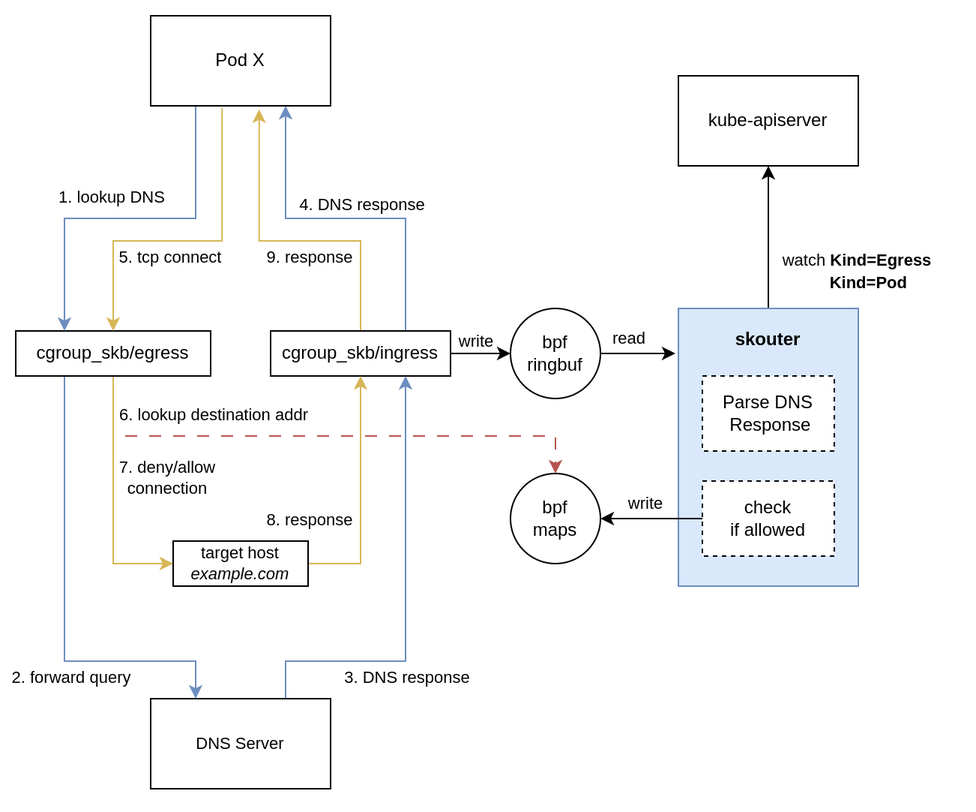
The draw.io diagram overview.png in moolen/skouter, before a commit. Source tidied: cells renumbered, new cells last; positions are measured from the earlier drawing's top-left corner, leaving out a move shared by most shapes.
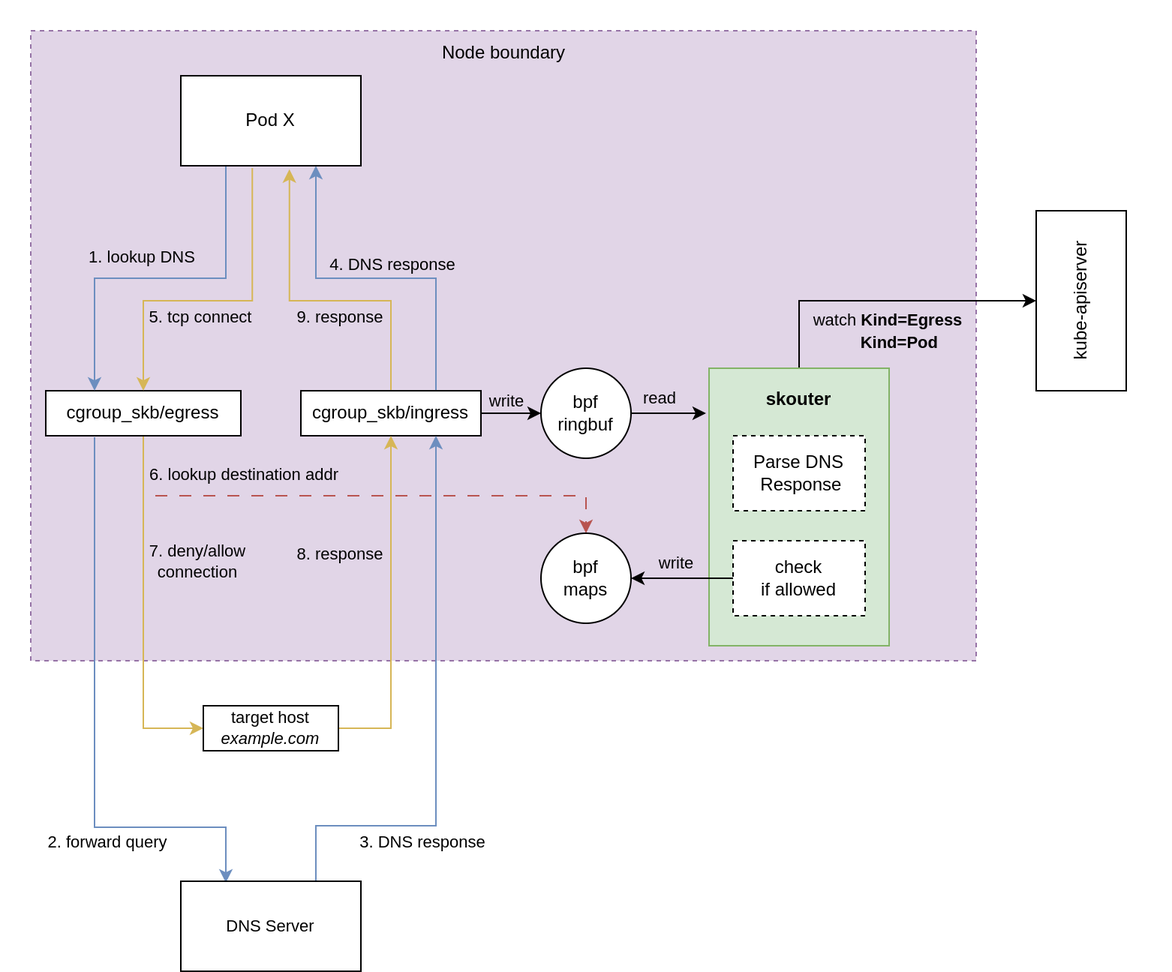
Above is the later version.

The edit, as a diff of the source:
```diff
@@ -3,154 +3,163 @@
     <mxCell id="0" />
     <mxCell id="1" parent="0" />
     <mxCell id="2" style="rounded=0;whiteSpace=wrap;html=1;dashed=1;fontSize=11;strokeColor=none;fillColor=#FFFFFF;" parent="1" vertex="1">
-      <mxGeometry width="650" height="540" as="geometry" />
+      <mxGeometry x="-20" y="-40" width="780" height="580" as="geometry" />
     </mxCell>
-    <mxCell id="3" style="edgeStyle=orthogonalEdgeStyle;rounded=0;jettySize=auto;html=1;exitX=1;exitY=0.5;exitDx=0;exitDy=0;entryX=0;entryY=0.5;entryDx=0;entryDy=0;" parent="1" edge="1" source="15" target="24">
-      <mxGeometry relative="1" as="geometry" />
+    <mxCell id="3" style="rounded=0;whiteSpace=wrap;html=1;fillColor=#e1d5e7;dashed=1;strokeColor=#9673a6;" parent="1" vertex="1">
+      <mxGeometry y="-20" width="630" height="420" as="geometry" />
     </mxCell>
-    <mxCell id="4" value="write" style="edgeLabel;html=1;align=center;verticalAlign=middle;" parent="3" vertex="1">
-      <mxGeometry x="0.2" relative="1" as="geometry">
-        <mxPoint x="-8" y="-9" as="offset" />
-      </mxGeometry>
+    <mxCell id="4" style="edgeStyle=orthogonalEdgeStyle;rounded=0;jettySize=auto;html=1;exitX=1;exitY=0.5;exitDx=0;exitDy=0;entryX=0;entryY=0.5;entryDx=0;entryDy=0;" parent="1" edge="1" source="16" target="25">
+      <mxGeometry relative="1" as="geometry" />
     </mxCell>
-    <mxCell id="5" value="2. forward query" style="edgeStyle=orthogonalEdgeStyle;rounded=0;jettySize=auto;html=1;exitX=0.25;exitY=1;exitDx=0;exitDy=0;entryX=0.25;entryY=0;entryDx=0;entryDy=0;labelBackgroundColor=none;fontSize=11;fillColor=#dae8fc;strokeColor=#6c8ebf;" parent="1" edge="1" source="10" target="29">
-      <mxGeometry x="0.28" y="-11" relative="1" as="geometry">
-        <Array as="points">
-          <mxPoint x="43" y="440" />
-          <mxPoint x="130" y="440" />
-        </Array>
+    <mxCell id="5" value="write" style="edgeLabel;html=1;align=center;verticalAlign=middle;labelBackgroundColor=none;" parent="4" vertex="1">
+      <mxGeometry x="0.2" relative="1" as="geometry">
+        <mxPoint x="-8" y="-9" as="offset" />
       </mxGeometry>
     </mxCell>
-    <mxCell id="6" style="edgeStyle=orthogonalEdgeStyle;rounded=0;jettySize=auto;html=1;exitX=0.5;exitY=1;exitDx=0;exitDy=0;labelBackgroundColor=none;fontSize=11;entryX=0.5;entryY=0;entryDx=0;entryDy=0;dashed=1;dashPattern=8 8;fillColor=#f8cecc;strokeColor=#b85450;" parent="1" edge="1" source="10" target="26">
-      <mxGeometry relative="1" as="geometry">
+    <mxCell id="6" value="2. forward query" style="edgeStyle=orthogonalEdgeStyle;rounded=0;orthogonalLoop=1;jettySize=auto;html=1;exitX=0.25;exitY=1;exitDx=0;exitDy=0;entryX=0.25;entryY=0;entryDx=0;entryDy=0;labelBackgroundColor=none;fontSize=11;fillColor=#dae8fc;strokeColor=#6c8ebf;" parent="1" edge="1">
+      <mxGeometry x="0.39" y="-10" relative="1" as="geometry">
+        <mxPoint x="42.5" y="251" as="sourcePoint" />
+        <mxPoint x="130" y="548" as="targetPoint" />
         <Array as="points">
-          <mxPoint x="75" y="290" />
-          <mxPoint x="370" y="290" />
+          <mxPoint x="43" y="511" />
+          <mxPoint x="130" y="511" />
         </Array>
+        <mxPoint x="1" as="offset" />
       </mxGeometry>
     </mxCell>
-    <mxCell id="7" value="6. lookup destination addr" style="edgeLabel;html=1;align=center;verticalAlign=middle;fontSize=11;" parent="6" vertex="1">
-      <mxGeometry x="-0.53" y="2" relative="1" as="geometry">
-        <mxPoint x="22" y="-13" as="offset" />
+    <mxCell id="7" style="edgeStyle=orthogonalEdgeStyle;rounded=0;jettySize=auto;html=1;exitX=0.5;exitY=1;exitDx=0;exitDy=0;labelBackgroundColor=none;fontSize=11;entryX=0.5;entryY=0;entryDx=0;entryDy=0;dashed=1;dashPattern=8 8;fillColor=#f8cecc;strokeColor=#b85450;" parent="1" edge="1" source="11" target="27">
+      <mxGeometry relative="1" as="geometry">
+        <Array as="points">
+          <mxPoint x="75" y="290" />
+          <mxPoint x="370" y="290" />
+        </Array>
       </mxGeometry>
     </mxCell>
-    <mxCell id="8" style="edgeStyle=orthogonalEdgeStyle;rounded=0;jettySize=auto;html=1;exitX=0.5;exitY=1;exitDx=0;exitDy=0;entryX=0;entryY=0.5;entryDx=0;entryDy=0;labelBackgroundColor=none;fontSize=11;fillColor=#fff2cc;strokeColor=#d6b656;" parent="1" edge="1" source="10" target="32">
-      <mxGeometry relative="1" as="geometry" />
+    <mxCell id="8" value="6. lookup destination addr" style="edgeLabel;html=1;align=center;verticalAlign=middle;fontSize=11;labelBackgroundColor=none;" parent="7" vertex="1">
+      <mxGeometry x="-0.53" y="2" relative="1" as="geometry">
+        <mxPoint x="22" y="-13" as="offset" />
+      </mxGeometry>
     </mxCell>
-    <mxCell id="9" value="7. deny/allow&lt;br&gt;connection" style="edgeLabel;html=1;align=center;verticalAlign=middle;fontSize=11;" parent="8" vertex="1">
-      <mxGeometry x="-0.54" relative="1" as="geometry">
-        <mxPoint x="35" y="29" as="offset" />
-      </mxGeometry>
+    <mxCell id="9" style="edgeStyle=orthogonalEdgeStyle;rounded=0;jettySize=auto;html=1;exitX=0.5;exitY=1;exitDx=0;exitDy=0;entryX=0;entryY=0.5;entryDx=0;entryDy=0;labelBackgroundColor=none;fontSize=11;fillColor=#fff2cc;strokeColor=#d6b656;" parent="1" edge="1" source="11" target="33">
+      <mxGeometry relative="1" as="geometry" />
     </mxCell>
-    <mxCell id="10" value="cgroup_skb/egress" style="whiteSpace=wrap;html=1;" parent="1" vertex="1">
-      <mxGeometry x="10" y="220" width="130" height="30" as="geometry" />
+    <mxCell id="10" value="7. deny/allow&lt;br&gt;connection" style="edgeLabel;html=1;align=center;verticalAlign=middle;points=[];fontSize=11;labelBackgroundColor=none;" parent="9" vertex="1">
+      <mxGeometry x="-0.54" relative="1" as="geometry">
+        <mxPoint x="35" y="29" as="offset" />
+      </mxGeometry>
     </mxCell>
-    <mxCell id="11" style="edgeStyle=orthogonalEdgeStyle;rounded=0;jettySize=auto;html=1;exitX=0.75;exitY=0;exitDx=0;exitDy=0;entryX=0.75;entryY=1;entryDx=0;entryDy=0;labelBackgroundColor=none;fontSize=11;fillColor=#dae8fc;strokeColor=#6c8ebf;" parent="1" edge="1" source="15" target="20">
-      <mxGeometry relative="1" as="geometry" />
+    <mxCell id="11" value="cgroup_skb/egress" style="whiteSpace=wrap;html=1;" parent="1" vertex="1">
+      <mxGeometry x="10" y="220" width="130" height="30" as="geometry" />
     </mxCell>
-    <mxCell id="12" value="4. DNS response" style="edgeLabel;html=1;align=center;verticalAlign=middle;fontSize=11;" parent="11" vertex="1">
-      <mxGeometry x="0.44" relative="1" as="geometry">
-        <mxPoint x="50" as="offset" />
-      </mxGeometry>
+    <mxCell id="12" style="edgeStyle=orthogonalEdgeStyle;rounded=0;jettySize=auto;html=1;exitX=0.75;exitY=0;exitDx=0;exitDy=0;entryX=0.75;entryY=1;entryDx=0;entryDy=0;labelBackgroundColor=none;fontSize=11;fillColor=#dae8fc;strokeColor=#6c8ebf;" parent="1" edge="1" source="16" target="21">
+      <mxGeometry relative="1" as="geometry" />
     </mxCell>
-    <mxCell id="13" style="edgeStyle=orthogonalEdgeStyle;rounded=0;jettySize=auto;html=1;exitX=0.5;exitY=0;exitDx=0;exitDy=0;entryX=0.603;entryY=1.039;entryDx=0;entryDy=0;labelBackgroundColor=none;fontSize=11;entryPerimeter=0;fillColor=#fff2cc;strokeColor=#d6b656;" parent="1" edge="1" source="15" target="20">
-      <mxGeometry relative="1" as="geometry">
-        <Array as="points">
-          <mxPoint x="240" y="160" />
-          <mxPoint x="172" y="160" />
-        </Array>
+    <mxCell id="13" value="4. DNS response" style="edgeLabel;html=1;align=center;verticalAlign=middle;fontSize=11;labelBackgroundColor=none;" parent="12" vertex="1">
+      <mxGeometry x="0.44" relative="1" as="geometry">
+        <mxPoint x="50" as="offset" />
       </mxGeometry>
     </mxCell>
-    <mxCell id="14" value="9. response" style="edgeLabel;html=1;align=center;verticalAlign=middle;" parent="13" vertex="1">
-      <mxGeometry x="-0.61" y="2" relative="1" as="geometry">
-        <mxPoint x="-33" y="-8" as="offset" />
+    <mxCell id="14" style="edgeStyle=orthogonalEdgeStyle;rounded=0;jettySize=auto;html=1;exitX=0.5;exitY=0;exitDx=0;exitDy=0;entryX=0.603;entryY=1.039;entryDx=0;entryDy=0;labelBackgroundColor=none;fontSize=11;entryPerimeter=0;fillColor=#fff2cc;strokeColor=#d6b656;" parent="1" edge="1" source="16" target="21">
+      <mxGeometry relative="1" as="geometry">
+        <Array as="points">
+          <mxPoint x="240" y="160" />
+          <mxPoint x="172" y="160" />
+        </Array>
       </mxGeometry>
     </mxCell>
-    <mxCell id="15" value="cgroup_skb/ingress" style="whiteSpace=wrap;html=1;" parent="1" vertex="1">
-      <mxGeometry x="180" y="220" width="120" height="30" as="geometry" />
+    <mxCell id="15" value="9. response" style="edgeLabel;html=1;align=center;verticalAlign=middle;points=[];labelBackgroundColor=none;" parent="14" vertex="1">
+      <mxGeometry x="-0.61" y="2" relative="1" as="geometry">
+        <mxPoint x="-33" y="-8" as="offset" />
+      </mxGeometry>
     </mxCell>
-    <mxCell id="16" style="edgeStyle=orthogonalEdgeStyle;rounded=0;jettySize=auto;html=1;exitX=0.25;exitY=1;exitDx=0;exitDy=0;entryX=0.25;entryY=0;entryDx=0;entryDy=0;fillColor=#dae8fc;strokeColor=#6c8ebf;" parent="1" edge="1" source="20" target="10">
-      <mxGeometry relative="1" as="geometry" />
+    <mxCell id="16" value="cgroup_skb/ingress" style="whiteSpace=wrap;html=1;" parent="1" vertex="1">
+      <mxGeometry x="180" y="220" width="120" height="30" as="geometry" />
     </mxCell>
-    <mxCell id="17" value="1. lookup DNS" style="edgeLabel;html=1;align=center;verticalAlign=middle;" parent="16" vertex="1">
-      <mxGeometry x="-0.25" y="5" relative="1" as="geometry">
-        <mxPoint x="-43" y="-20" as="offset" />
-      </mxGeometry>
+    <mxCell id="17" style="edgeStyle=orthogonalEdgeStyle;rounded=0;jettySize=auto;html=1;exitX=0.25;exitY=1;exitDx=0;exitDy=0;entryX=0.25;entryY=0;entryDx=0;entryDy=0;fillColor=#dae8fc;strokeColor=#6c8ebf;" parent="1" edge="1" source="21" target="11">
+      <mxGeometry relative="1" as="geometry" />
     </mxCell>
-    <mxCell id="18" style="edgeStyle=orthogonalEdgeStyle;rounded=0;jettySize=auto;html=1;exitX=0.397;exitY=1.028;exitDx=0;exitDy=0;entryX=0.5;entryY=0;entryDx=0;entryDy=0;labelBackgroundColor=none;fontSize=11;fillColor=#fff2cc;strokeColor=#d6b656;exitPerimeter=0;" parent="1" edge="1" source="20" target="10">
-      <mxGeometry relative="1" as="geometry">
-        <Array as="points">
-          <mxPoint x="148" y="160" />
-          <mxPoint x="75" y="160" />
-        </Array>
+    <mxCell id="18" value="1. lookup DNS" style="edgeLabel;html=1;align=center;verticalAlign=middle;labelBackgroundColor=none;" parent="17" vertex="1">
+      <mxGeometry x="-0.25" y="5" relative="1" as="geometry">
+        <mxPoint x="-43" y="-20" as="offset" />
       </mxGeometry>
     </mxCell>
-    <mxCell id="19" value="5. tcp connect" style="edgeLabel;html=1;align=center;verticalAlign=middle;fontSize=11;" parent="18" vertex="1">
-      <mxGeometry x="0.05" y="-1" relative="1" as="geometry">
-        <mxPoint x="-7" y="11" as="offset" />
+    <mxCell id="19" style="edgeStyle=orthogonalEdgeStyle;rounded=0;jettySize=auto;html=1;exitX=0.397;exitY=1.028;exitDx=0;exitDy=0;entryX=0.5;entryY=0;entryDx=0;entryDy=0;labelBackgroundColor=none;fontSize=11;fillColor=#fff2cc;strokeColor=#d6b656;exitPerimeter=0;" parent="1" edge="1" source="21" target="11">
+      <mxGeometry relative="1" as="geometry">
+        <Array as="points">
+          <mxPoint x="148" y="160" />
+          <mxPoint x="75" y="160" />
+        </Array>
       </mxGeometry>
     </mxCell>
-    <mxCell id="20" value="Pod X" style="rounded=0;whiteSpace=wrap;html=1;" parent="1" vertex="1">
-      <mxGeometry x="100" y="10" width="120" height="60" as="geometry" />
+    <mxCell id="20" value="5. tcp connect" style="edgeLabel;html=1;align=center;verticalAlign=middle;points=[];fontSize=11;labelBackgroundColor=none;" parent="19" vertex="1">
+      <mxGeometry x="0.05" y="-1" relative="1" as="geometry">
+        <mxPoint x="-7" y="11" as="offset" />
+      </mxGeometry>
     </mxCell>
-    <mxCell id="21" value="read" style="edgeStyle=orthogonalEdgeStyle;rounded=0;jettySize=auto;html=1;exitX=1;exitY=0.5;exitDx=0;exitDy=0;" parent="1" edge="1" source="24">
-      <mxGeometry x="-0.23" y="10" relative="1" as="geometry">
-        <mxPoint x="450" y="235" as="targetPoint" />
-      </mxGeometry>
+    <mxCell id="21" value="Pod X" style="rounded=0;whiteSpace=wrap;html=1;" parent="1" vertex="1">
+      <mxGeometry x="100" y="10" width="120" height="60" as="geometry" />
     </mxCell>
-    <mxCell id="22" style="edgeStyle=orthogonalEdgeStyle;rounded=0;jettySize=auto;html=1;exitX=0.5;exitY=0;exitDx=0;exitDy=0;entryX=0.5;entryY=1;entryDx=0;entryDy=0;" parent="1" edge="1" source="23" target="35">
-      <mxGeometry relative="1" as="geometry" />
+    <mxCell id="22" value="read" style="edgeStyle=orthogonalEdgeStyle;rounded=0;jettySize=auto;html=1;exitX=1;exitY=0.5;exitDx=0;exitDy=0;labelBackgroundColor=none;" parent="1" edge="1" source="25">
+      <mxGeometry x="-0.23" y="10" relative="1" as="geometry">
+        <mxPoint x="450" y="235" as="targetPoint" />
+      </mxGeometry>
     </mxCell>
-    <mxCell id="23" value="&lt;b&gt;skouter&lt;/b&gt;&lt;br&gt;&lt;br&gt;&lt;br&gt;&lt;br&gt;&lt;br&gt;&lt;br&gt;&lt;br&gt;&lt;br&gt;&lt;br&gt;&lt;br&gt;&lt;br&gt;" style="whiteSpace=wrap;html=1;fillColor=#dae8fc;strokeColor=#6c8ebf;" parent="1" vertex="1">
-      <mxGeometry x="452" y="205" width="120" height="185" as="geometry" />
+    <mxCell id="23" style="edgeStyle=orthogonalEdgeStyle;rounded=0;jettySize=auto;html=1;exitX=0.5;exitY=0;exitDx=0;exitDy=0;entryX=0.5;entryY=0;entryDx=0;entryDy=0;" parent="1" edge="1" source="24" target="36">
+      <mxGeometry relative="1" as="geometry" />
     </mxCell>
-    <mxCell id="24" value="bpf&lt;br&gt;ringbuf" style="ellipse;whiteSpace=wrap;html=1;" parent="1" vertex="1">
-      <mxGeometry x="340" y="205" width="60" height="60" as="geometry" />
+    <mxCell id="24" value="&lt;b&gt;skouter&lt;/b&gt;&lt;br&gt;&lt;br&gt;&lt;br&gt;&lt;br&gt;&lt;br&gt;&lt;br&gt;&lt;br&gt;&lt;br&gt;&lt;br&gt;&lt;br&gt;&lt;br&gt;" style="whiteSpace=wrap;html=1;fillColor=#d5e8d4;strokeColor=#82b366;" parent="1" vertex="1">
+      <mxGeometry x="452" y="205" width="120" height="185" as="geometry" />
     </mxCell>
-    <mxCell id="25" value="Parse DNS&lt;br&gt;&amp;nbsp;Response" style="whiteSpace=wrap;html=1;dashed=1;" parent="1" vertex="1">
-      <mxGeometry x="468" y="250" width="88" height="50" as="geometry" />
+    <mxCell id="25" value="bpf&lt;br&gt;ringbuf" style="ellipse;whiteSpace=wrap;html=1;" parent="1" vertex="1">
+      <mxGeometry x="340" y="205" width="60" height="60" as="geometry" />
     </mxCell>
-    <mxCell id="26" value="bpf&lt;br&gt;maps" style="ellipse;whiteSpace=wrap;html=1;" parent="1" vertex="1">
-      <mxGeometry x="340" y="315" width="60" height="60" as="geometry" />
+    <mxCell id="26" value="Parse DNS&lt;br&gt;&amp;nbsp;Response" style="whiteSpace=wrap;html=1;dashed=1;" parent="1" vertex="1">
+      <mxGeometry x="468" y="250" width="88" height="50" as="geometry" />
     </mxCell>
-    <mxCell id="27" style="edgeStyle=orthogonalEdgeStyle;rounded=0;jettySize=auto;html=1;exitX=0.75;exitY=0;exitDx=0;exitDy=0;entryX=0.75;entryY=1;entryDx=0;entryDy=0;labelBackgroundColor=none;fontSize=11;fillColor=#dae8fc;strokeColor=#6c8ebf;" parent="1" edge="1" source="29" target="15">
-      <mxGeometry relative="1" as="geometry">
-        <Array as="points">
-          <mxPoint x="190" y="440" />
-          <mxPoint x="270" y="440" />
-        </Array>
-      </mxGeometry>
+    <mxCell id="27" value="bpf&lt;br&gt;maps" style="ellipse;whiteSpace=wrap;html=1;" parent="1" vertex="1">
+      <mxGeometry x="340" y="315" width="60" height="60" as="geometry" />
     </mxCell>
-    <mxCell id="28" value="3. DNS response" style="edgeLabel;html=1;align=center;verticalAlign=middle;fontSize=11;" parent="27" vertex="1">
-      <mxGeometry x="-0.3" y="-2" relative="1" as="geometry">
-        <mxPoint x="2" y="8" as="offset" />
+    <mxCell id="28" style="edgeStyle=orthogonalEdgeStyle;rounded=0;jettySize=auto;html=1;exitX=0.75;exitY=0;exitDx=0;exitDy=0;entryX=0.75;entryY=1;entryDx=0;entryDy=0;labelBackgroundColor=none;fontSize=11;fillColor=#dae8fc;strokeColor=#6c8ebf;" parent="1" edge="1" source="30" target="16">
+      <mxGeometry relative="1" as="geometry">
+        <Array as="points">
+          <mxPoint x="190" y="510" />
+          <mxPoint x="270" y="510" />
+        </Array>
       </mxGeometry>
     </mxCell>
-    <mxCell id="29" value="DNS Server" style="whiteSpace=wrap;html=1;fontSize=11;" parent="1" vertex="1">
-      <mxGeometry x="100" y="465" width="120" height="60" as="geometry" />
+    <mxCell id="29" value="3. DNS response" style="edgeLabel;html=1;align=center;verticalAlign=middle;points=[];fontSize=11;" parent="28" vertex="1">
+      <mxGeometry x="-0.3" y="-2" relative="1" as="geometry">
+        <mxPoint x="-12" y="25" as="offset" />
+      </mxGeometry>
     </mxCell>
-    <mxCell id="30" style="edgeStyle=orthogonalEdgeStyle;rounded=0;jettySize=auto;html=1;exitX=1;exitY=0.5;exitDx=0;exitDy=0;entryX=0.5;entryY=1;entryDx=0;entryDy=0;fillColor=#fff2cc;strokeColor=#d6b656;" parent="1" edge="1" source="32" target="15">
-      <mxGeometry relative="1" as="geometry" />
+    <mxCell id="30" value="DNS Server" style="whiteSpace=wrap;html=1;fontSize=11;" parent="1" vertex="1">
+      <mxGeometry x="100" y="547" width="120" height="60" as="geometry" />
     </mxCell>
-    <mxCell id="31" value="8. response" style="edgeLabel;html=1;align=center;verticalAlign=middle;" parent="30" vertex="1">
-      <mxGeometry x="0.14" y="1" relative="1" as="geometry">
-        <mxPoint x="-34" y="27" as="offset" />
-      </mxGeometry>
+    <mxCell id="31" style="edgeStyle=orthogonalEdgeStyle;rounded=0;jettySize=auto;html=1;exitX=1;exitY=0.5;exitDx=0;exitDy=0;entryX=0.5;entryY=1;entryDx=0;entryDy=0;fillColor=#fff2cc;strokeColor=#d6b656;" parent="1" edge="1" source="33" target="16">
+      <mxGeometry relative="1" as="geometry" />
     </mxCell>
-    <mxCell id="32" value="target host&lt;br&gt;&lt;i&gt;example.com&lt;/i&gt;" style="whiteSpace=wrap;html=1;fontSize=11;" parent="1" vertex="1">
-      <mxGeometry x="115" y="360" width="90" height="30" as="geometry" />
+    <mxCell id="32" value="8. response" style="edgeLabel;html=1;align=center;verticalAlign=middle;points=[];labelBackgroundColor=none;" parent="31" vertex="1">
+      <mxGeometry x="0.14" y="1" relative="1" as="geometry">
+        <mxPoint x="-34" y="-20" as="offset" />
+      </mxGeometry>
     </mxCell>
-    <mxCell id="33" value="write" style="edgeStyle=orthogonalEdgeStyle;rounded=0;jettySize=auto;html=1;exitX=0;exitY=0.5;exitDx=0;exitDy=0;entryX=1;entryY=0.5;entryDx=0;entryDy=0;labelBackgroundColor=none;fontSize=11;" parent="1" edge="1" source="34" target="26">
-      <mxGeometry x="0.12" y="-10" relative="1" as="geometry" />
+    <mxCell id="33" value="target host&lt;br&gt;&lt;i&gt;example.com&lt;/i&gt;" style="whiteSpace=wrap;html=1;fontSize=11;" parent="1" vertex="1">
+      <mxGeometry x="115" y="430" width="90" height="30" as="geometry" />
     </mxCell>
-    <mxCell id="34" value="check &lt;br&gt;if allowed" style="whiteSpace=wrap;html=1;dashed=1;" parent="1" vertex="1">
-      <mxGeometry x="468" y="320" width="88" height="50" as="geometry" />
+    <mxCell id="34" value="write" style="edgeStyle=orthogonalEdgeStyle;rounded=0;jettySize=auto;html=1;exitX=0;exitY=0.5;exitDx=0;exitDy=0;entryX=1;entryY=0.5;entryDx=0;entryDy=0;labelBackgroundColor=none;fontSize=11;" parent="1" edge="1" source="35" target="27">
+      <mxGeometry x="0.12" y="-10" relative="1" as="geometry" />
     </mxCell>
-    <mxCell id="35" value="kube-apiserver" style="rounded=0;whiteSpace=wrap;html=1;" parent="1" vertex="1">
-      <mxGeometry x="452" y="50" width="120" height="60" as="geometry" />
+    <mxCell id="35" value="check &lt;br&gt;if allowed" style="whiteSpace=wrap;html=1;dashed=1;" parent="1" vertex="1">
+      <mxGeometry x="468" y="320" width="88" height="50" as="geometry" />
     </mxCell>
-    <mxCell id="36" value="&lt;font style=&quot;font-size: 11px;&quot;&gt;watch &lt;b&gt;Kind=Egress&lt;br&gt;&amp;nbsp; &amp;nbsp; &amp;nbsp;Kind=Pod&lt;br&gt;&lt;/b&gt;&lt;/font&gt;" style="text;html=1;align=center;verticalAlign=middle;points=[];strokeColor=none;fillColor=none;" parent="1" vertex="1">
-      <mxGeometry x="511" y="160" width="120" height="40" as="geometry" />
+    <mxCell id="36" value="kube-apiserver" style="rounded=0;whiteSpace=wrap;html=1;rotation=-90;" parent="1" vertex="1">
+      <mxGeometry x="640" y="130" width="120" height="60" as="geometry" />
     </mxCell>
+    <mxCell id="37" value="&lt;font style=&quot;font-size: 11px;&quot;&gt;watch &lt;b&gt;Kind=Egress&lt;br&gt;&amp;nbsp; &amp;nbsp; &amp;nbsp;Kind=Pod&lt;br&gt;&lt;/b&gt;&lt;/font&gt;" style="text;html=1;align=center;verticalAlign=middle;strokeColor=none;fillColor=none;" parent="1" vertex="1">
+      <mxGeometry x="511" y="160" width="120" height="40" as="geometry" />
+    </mxCell>
+    <mxCell id="38" value="Node boundary" style="text;html=1;align=center;verticalAlign=middle;strokeColor=none;fillColor=none;" parent="1" vertex="1">
+      <mxGeometry x="260" y="-20" width="110" height="30" as="geometry" />
+    </mxCell>
   </root>
 </mxGraphModel>
```
